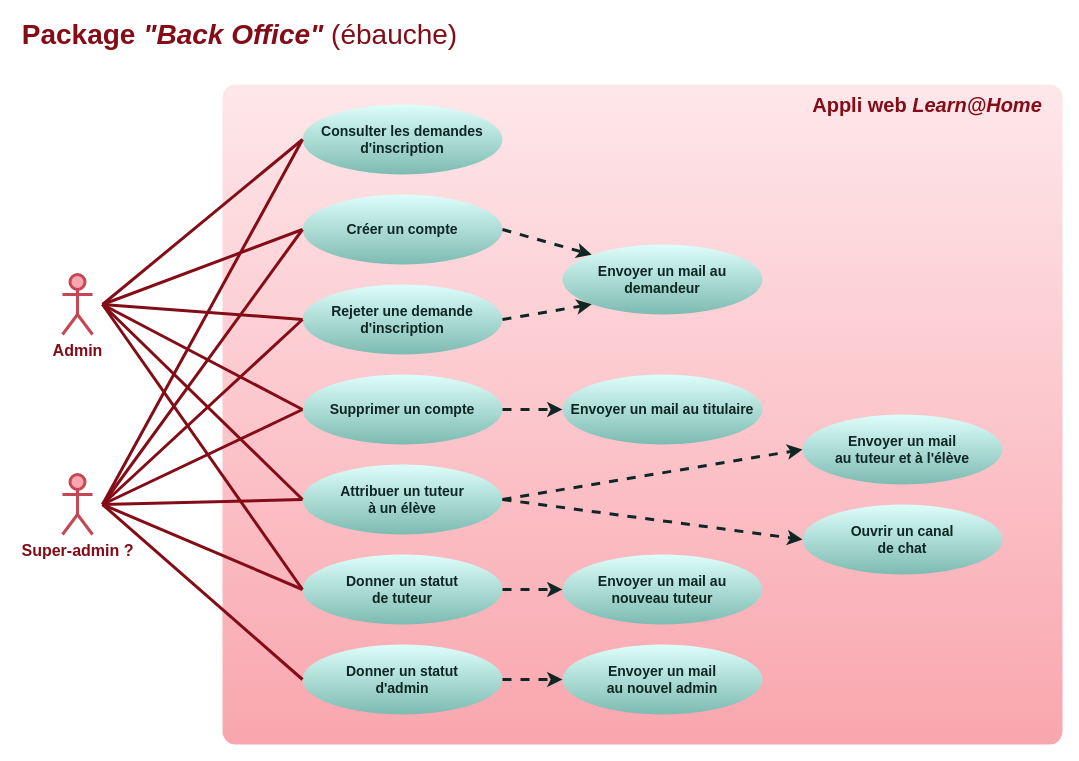
The draw.io diagram doc/use-cases-back-office.drawio in logic-fabric/LoicMangin_10_01052021, before the edit. Source tidied: cells renumbered, new cells numbered last; positions are measured from the earlier drawing's top-left corner, leaving out a move shared by most shapes. Both pictures are drawn from the tidied source at 100%, with x=0, y=0 at pixel (17, 24).
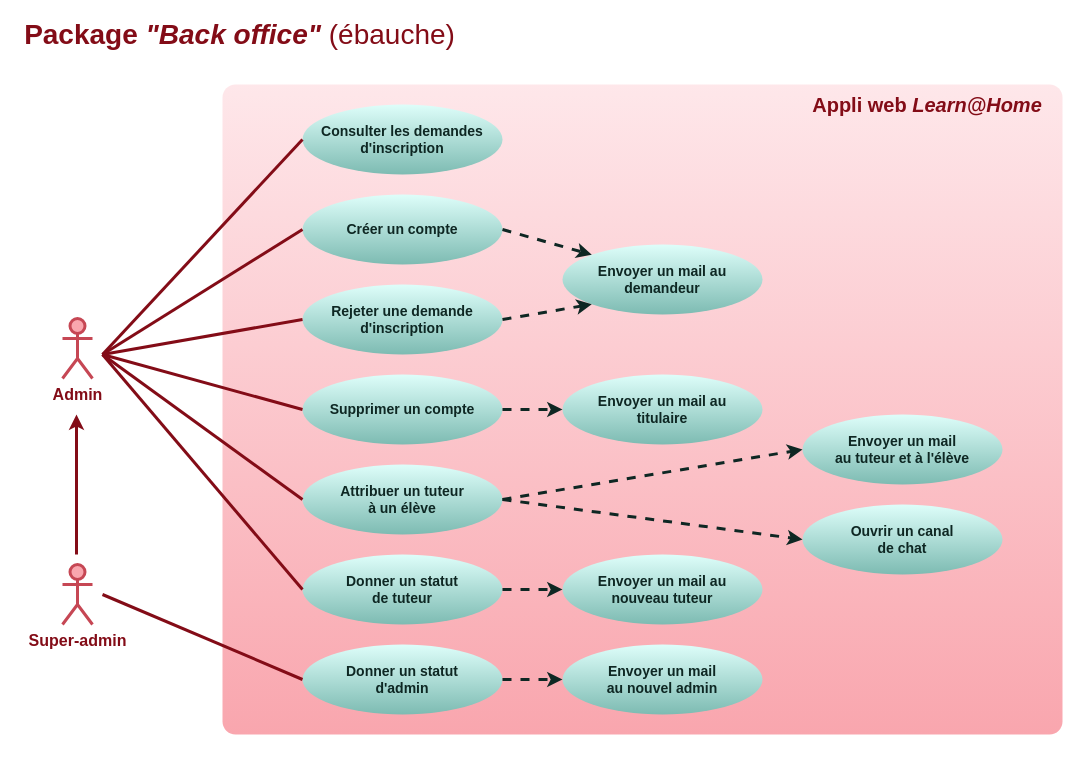
Above is the later version.

Commit message (it also covers changes not shown here):
doc: simplify use-case-back-office diagram

The change refers to these unchanged cells:
```xml
<mxCell id="6" value="&lt;font style=&quot;font-size: 14px&quot;&gt;&lt;b&gt;Donner un statut &lt;br&gt;de tuteur&lt;br&gt;&lt;/b&gt;&lt;/font&gt;" style="ellipse;whiteSpace=wrap;html=1;rounded=1;strokeWidth=3;fontColor=#0e2723;strokeColor=none;fillColor=#defefa;gradientColor=#7dbbb2;" parent="1" vertex="1">
  <mxGeometry x="285" y="530" width="200" height="70" as="geometry" />
</mxCell>
<mxCell id="8" value="&lt;font style=&quot;font-size: 14px&quot;&gt;&lt;b&gt;Attribuer un tuteur &lt;br&gt;à un élève&lt;br&gt;&lt;/b&gt;&lt;/font&gt;" style="ellipse;whiteSpace=wrap;html=1;rounded=1;strokeWidth=3;fontColor=#0e2723;strokeColor=none;fillColor=#defefa;gradientColor=#7dbbb2;" parent="1" vertex="1">
  <mxGeometry x="285" y="440" width="200" height="70" as="geometry" />
</mxCell>
<mxCell id="10" value="&lt;font&gt;&lt;b&gt;&lt;font style=&quot;font-size: 14px&quot;&gt;Consulter les demandes d'inscription&lt;/font&gt;&lt;br&gt;&lt;/b&gt;&lt;/font&gt;" style="ellipse;whiteSpace=wrap;html=1;rounded=1;strokeWidth=3;fontColor=#0e2723;strokeColor=none;fillColor=#defefa;gradientColor=#7dbbb2;" parent="1" vertex="1">
  <mxGeometry x="285" y="80" width="200" height="70" as="geometry" />
</mxCell>
<mxCell id="11" value="&lt;font&gt;&lt;b&gt;&lt;font style=&quot;font-size: 14px&quot;&gt;Créer un compte&lt;/font&gt;&lt;br&gt;&lt;/b&gt;&lt;/font&gt;" style="ellipse;whiteSpace=wrap;html=1;rounded=1;strokeWidth=3;fontColor=#0e2723;strokeColor=none;fillColor=#defefa;gradientColor=#7dbbb2;" parent="1" vertex="1">
  <mxGeometry x="285" y="170" width="200" height="70" as="geometry" />
</mxCell>
<mxCell id="14" value="&lt;font&gt;&lt;b&gt;&lt;font style=&quot;font-size: 14px&quot;&gt;Supprimer un compte&lt;/font&gt;&lt;br&gt;&lt;/b&gt;&lt;/font&gt;" style="ellipse;whiteSpace=wrap;html=1;rounded=1;strokeWidth=3;fontColor=#0e2723;strokeColor=none;fillColor=#defefa;gradientColor=#7dbbb2;" parent="1" vertex="1">
  <mxGeometry x="285" y="350" width="200" height="70" as="geometry" />
</mxCell>
<mxCell id="17" value="&lt;font style=&quot;font-size: 14px&quot;&gt;&lt;b&gt;Donner un statut&lt;br&gt;d'admin&lt;br&gt;&lt;/b&gt;&lt;/font&gt;" style="ellipse;whiteSpace=wrap;html=1;rounded=1;strokeWidth=3;fontColor=#0e2723;strokeColor=none;fillColor=#defefa;gradientColor=#7dbbb2;" parent="1" vertex="1">
  <mxGeometry x="285" y="620" width="200" height="70" as="geometry" />
</mxCell>
<mxCell id="36" value="&lt;font style=&quot;font-size: 14px&quot;&gt;&lt;b&gt;&lt;font style=&quot;font-size: 14px&quot;&gt;Rejeter une demande&lt;br&gt;&lt;/font&gt;d'inscription&lt;br&gt;&lt;/b&gt;&lt;/font&gt;" style="ellipse;whiteSpace=wrap;html=1;rounded=1;strokeWidth=3;fontColor=#0e2723;strokeColor=none;fillColor=#defefa;gradientColor=#7dbbb2;" parent="1" vertex="1">
  <mxGeometry x="285" y="260" width="200" height="70" as="geometry" />
</mxCell>
```

Diff of the diagram source:
```diff
@@
-    <mxCell id="2" value="&lt;font size=&quot;1&quot; color=&quot;#830c17&quot;&gt;&lt;span style=&quot;font-size: 28px&quot;&gt;&lt;b&gt;Package &lt;/b&gt;&lt;i style=&quot;font-weight: bold&quot;&gt;&quot;Back Office&quot;&lt;/i&gt; (ébauche)&lt;/span&gt;&lt;/font&gt;" style="text;html=1;strokeColor=none;fillColor=none;align=center;verticalAlign=middle;whiteSpace=wrap;rounded=0;fontColor=#660000;" parent="1" vertex="1">
+    <mxCell id="2" value="&lt;font size=&quot;1&quot; color=&quot;#830c17&quot;&gt;&lt;span style=&quot;font-size: 28px&quot;&gt;&lt;b&gt;Package &lt;/b&gt;&lt;i style=&quot;font-weight: bold&quot;&gt;&quot;Back office&quot;&lt;/i&gt; (ébauche)&lt;/span&gt;&lt;/font&gt;" style="text;html=1;strokeColor=none;fillColor=none;align=center;verticalAlign=middle;whiteSpace=wrap;rounded=0;fontColor=#660000;" parent="1" vertex="1">
       <mxGeometry width="445" height="20" as="geometry" />
     </mxCell>
     <mxCell id="3" style="rounded=1;whiteSpace=wrap;html=1;fontColor=#660000;strokeWidth=3;strokeColor=none;fillColor=#F9A6AE;gradientColor=#fee7ea;gradientDirection=north;arcSize=2;" parent="1" vertex="1">
-      <mxGeometry x="205" y="60" width="840" height="660" as="geometry" />
+      <mxGeometry x="205" y="60" width="840" height="650" as="geometry" />
     </mxCell>
     <mxCell id="4" value="&lt;font style=&quot;font-size: 16px&quot;&gt;Admin&lt;/font&gt;" style="shape=umlActor;verticalLabelPosition=bottom;verticalAlign=top;html=1;strokeWidth=3;strokeColor=#C64754;fillColor=#f9a6ae;fontColor=#830C17;fontStyle=1;" parent="1" vertex="1">
-      <mxGeometry x="45" y="250" width="30" height="60" as="geometry" />
+      <mxGeometry x="45" y="294" width="30" height="60" as="geometry" />
     </mxCell>
@@
     <mxCell id="7" style="endArrow=none;html=1;fontColor=#0e2723;strokeWidth=3;strokeColor=#830C17;exitX=0;exitY=0.5;exitDx=0;exitDy=0;" parent="1" edge="1" source="6">
       <mxGeometry relative="1" as="geometry">
-        <mxPoint x="85" y="280" as="targetPoint" />
+        <mxPoint x="85" y="330" as="targetPoint" />
       </mxGeometry>
     </mxCell>
@@
     <mxCell id="9" style="endArrow=none;html=1;fontColor=#0e2723;strokeWidth=3;strokeColor=#830C17;exitX=0;exitY=0.5;exitDx=0;exitDy=0;" parent="1" edge="1" source="8">
       <mxGeometry relative="1" as="geometry">
-        <mxPoint x="85" y="280" as="targetPoint" />
+        <mxPoint x="85" y="330" as="targetPoint" />
       </mxGeometry>
     </mxCell>
@@
-    <mxCell id="15" value="&lt;font&gt;&lt;b&gt;&lt;font style=&quot;font-size: 14px&quot;&gt;Envoyer un mail au titulaire&lt;/font&gt;&lt;br&gt;&lt;/b&gt;&lt;/font&gt;" style="ellipse;whiteSpace=wrap;html=1;rounded=1;strokeWidth=3;fontColor=#0e2723;strokeColor=none;fillColor=#defefa;gradientColor=#7dbbb2;" parent="1" vertex="1">
+    <mxCell id="15" value="&lt;font&gt;&lt;b&gt;&lt;font style=&quot;font-size: 14px&quot;&gt;Envoyer un mail au &lt;br&gt;titulaire&lt;/font&gt;&lt;br&gt;&lt;/b&gt;&lt;/font&gt;" style="ellipse;whiteSpace=wrap;html=1;rounded=1;strokeWidth=3;fontColor=#0e2723;strokeColor=none;fillColor=#defefa;gradientColor=#7dbbb2;" parent="1" vertex="1">
       <mxGeometry x="545" y="350" width="200" height="70" as="geometry" />
     </mxCell>
@@
-    <mxCell id="24" value="&lt;font style=&quot;font-size: 16px&quot;&gt;Super-admin ?&lt;br&gt;&lt;/font&gt;" style="shape=umlActor;verticalLabelPosition=bottom;verticalAlign=top;html=1;strokeWidth=3;strokeColor=#C64754;fillColor=#f9a6ae;fontColor=#830C17;fontStyle=1;" parent="1" vertex="1">
-      <mxGeometry x="45" y="450" width="30" height="60" as="geometry" />
+    <mxCell id="24" value="&lt;font style=&quot;font-size: 16px&quot;&gt;Super-admin&lt;br&gt;&lt;/font&gt;" style="shape=umlActor;verticalLabelPosition=bottom;verticalAlign=top;html=1;strokeWidth=3;strokeColor=#C64754;fillColor=#f9a6ae;fontColor=#830C17;fontStyle=1;" parent="1" vertex="1">
+      <mxGeometry x="45" y="540" width="30" height="60" as="geometry" />
     </mxCell>
     <mxCell id="25" style="endArrow=none;html=1;fontColor=#0e2723;strokeWidth=3;strokeColor=#830C17;exitX=0;exitY=0.5;exitDx=0;exitDy=0;" parent="1" edge="1" source="14">
       <mxGeometry relative="1" as="geometry">
-        <mxPoint x="85" y="280" as="targetPoint" />
+        <mxPoint x="85" y="330" as="targetPoint" />
       </mxGeometry>
     </mxCell>
     <mxCell id="26" style="endArrow=none;html=1;fontColor=#0e2723;strokeWidth=3;strokeColor=#830C17;exitX=0;exitY=0.5;exitDx=0;exitDy=0;" parent="1" edge="1" source="11">
       <mxGeometry relative="1" as="geometry">
-        <mxPoint x="85" y="280" as="targetPoint" />
+        <mxPoint x="85" y="330" as="targetPoint" />
       </mxGeometry>
     </mxCell>
     <mxCell id="27" style="endArrow=none;html=1;fontColor=#0e2723;strokeWidth=3;strokeColor=#830C17;exitX=0;exitY=0.5;exitDx=0;exitDy=0;" parent="1" edge="1" source="10">
       <mxGeometry relative="1" as="geometry">
-        <mxPoint x="85" y="280" as="targetPoint" />
+        <mxPoint x="85" y="330" as="targetPoint" />
       </mxGeometry>
     </mxCell>
-    <mxCell id="28" style="endArrow=none;html=1;fontColor=#0e2723;strokeWidth=3;strokeColor=#830C17;exitX=0;exitY=0.5;exitDx=0;exitDy=0;" parent="1" edge="1" source="14">
-      <mxGeometry relative="1" as="geometry">
-        <mxPoint x="85" y="480" as="targetPoint" />
-      </mxGeometry>
-    </mxCell>
-    <mxCell id="29" style="endArrow=none;html=1;fontColor=#0e2723;strokeWidth=3;strokeColor=#830C17;exitX=0;exitY=0.5;exitDx=0;exitDy=0;" parent="1" edge="1" source="10">
-      <mxGeometry relative="1" as="geometry">
-        <mxPoint x="85" y="480" as="targetPoint" />
-      </mxGeometry>
-    </mxCell>
-    <mxCell id="30" style="endArrow=none;html=1;fontColor=#0e2723;strokeWidth=3;strokeColor=#830C17;exitX=0;exitY=0.5;exitDx=0;exitDy=0;" parent="1" edge="1" source="8">
-      <mxGeometry relative="1" as="geometry">
-        <mxPoint x="85" y="480" as="targetPoint" />
-      </mxGeometry>
-    </mxCell>
-    <mxCell id="31" style="endArrow=none;html=1;fontColor=#0e2723;strokeWidth=3;strokeColor=#830C17;exitX=0;exitY=0.5;exitDx=0;exitDy=0;" parent="1" edge="1" source="6">
-      <mxGeometry relative="1" as="geometry">
-        <mxPoint x="85" y="480" as="targetPoint" />
-      </mxGeometry>
-    </mxCell>
     <mxCell id="32" style="endArrow=none;html=1;fontColor=#0e2723;strokeWidth=3;strokeColor=#830C17;exitX=0;exitY=0.5;exitDx=0;exitDy=0;" parent="1" edge="1" source="17">
       <mxGeometry relative="1" as="geometry">
-        <mxPoint x="85" y="480" as="targetPoint" />
+        <mxPoint x="85" y="570" as="targetPoint" />
       </mxGeometry>
     </mxCell>
-    <mxCell id="33" style="endArrow=none;html=1;fontColor=#0e2723;strokeWidth=3;strokeColor=#830C17;exitX=0;exitY=0.5;exitDx=0;exitDy=0;" parent="1" edge="1" source="11">
-      <mxGeometry relative="1" as="geometry">
-        <mxPoint x="85" y="480" as="targetPoint" />
-      </mxGeometry>
-    </mxCell>
@@
     <mxCell id="38" style="endArrow=none;html=1;fontColor=#0e2723;strokeWidth=3;strokeColor=#830C17;exitX=0;exitY=0.5;exitDx=0;exitDy=0;" parent="1" edge="1" source="36">
       <mxGeometry relative="1" as="geometry">
-        <mxPoint x="85" y="280" as="targetPoint" />
+        <mxPoint x="85" y="330" as="targetPoint" />
       </mxGeometry>
     </mxCell>
-    <mxCell id="39" style="endArrow=none;html=1;fontColor=#0e2723;strokeWidth=3;strokeColor=#830C17;exitX=0;exitY=0.5;exitDx=0;exitDy=0;" parent="1" edge="1" source="36">
-      <mxGeometry relative="1" as="geometry">
-        <mxPoint x="85" y="480" as="targetPoint" />
-      </mxGeometry>
-    </mxCell>
+    <mxCell id="40" style="endArrow=classic;html=1;fontColor=#0e2723;strokeWidth=3;strokeColor=#830C17;" parent="1" edge="1">
+      <mxGeometry relative="1" as="geometry">
+        <mxPoint x="59" y="530" as="sourcePoint" />
+        <mxPoint x="59" y="390" as="targetPoint" />
+      </mxGeometry>
+    </mxCell>
```
